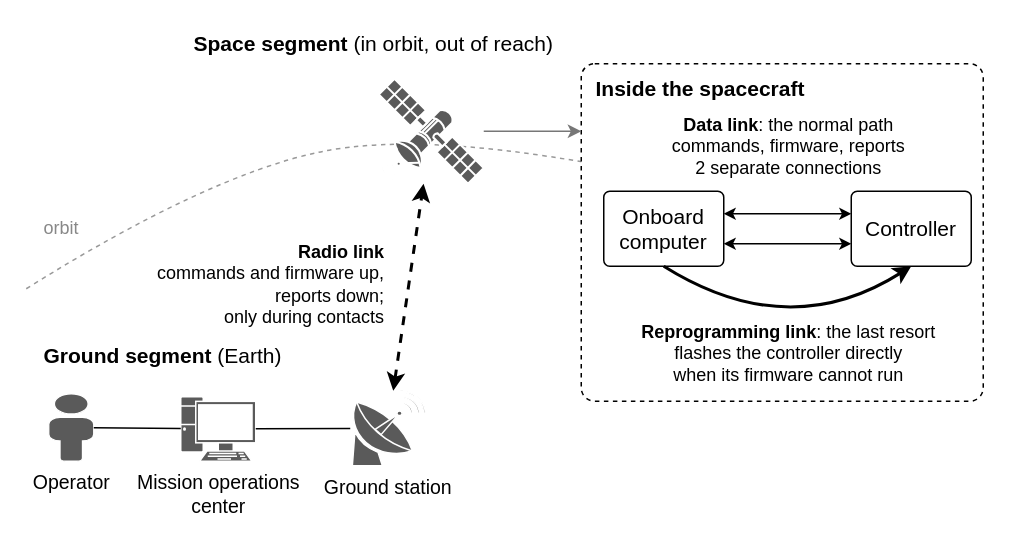
The draw.io diagram docs/conops/fig-segments.drawio in Tocki28/fail-safe-in-orbit-reprogramming, before the edit. Source tidied: cells renumbered, new cells numbered last; positions are measured from the earlier drawing's top-left corner, leaving out a move shared by most shapes. Both pictures are drawn from the tidied source at 150%, with x=0, y=0 at pixel (26, 26).
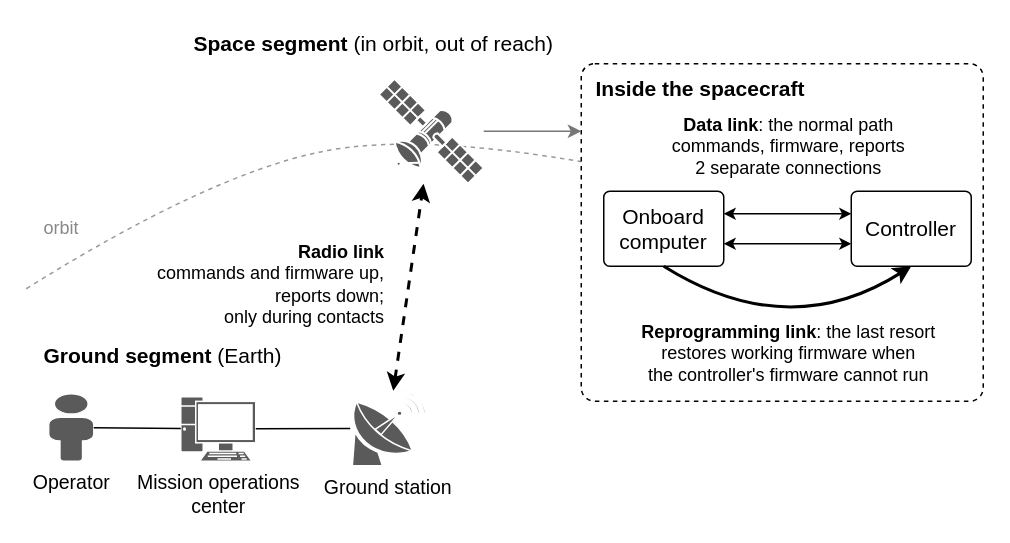
After the change.

Change to the diagram source:
```diff
@@
-    <mxCell id="12" value="&lt;b&gt;Reprogramming link&lt;/b&gt;: the last resort&lt;br&gt;flashes the controller directly&lt;br&gt;when its firmware cannot run" style="text;html=1;align=center;verticalAlign=top;fontSize=12;" parent="1" vertex="1">
+    <mxCell id="12" value="&lt;b&gt;Reprogramming link&lt;/b&gt;: the last resort&lt;br&gt;restores working firmware when&lt;br&gt;the controller's firmware cannot run" style="text;html=1;align=center;verticalAlign=top;fontSize=12;" parent="1" vertex="1">
       <mxGeometry x="408" y="190" width="200" height="48" as="geometry" />
     </mxCell>
```
